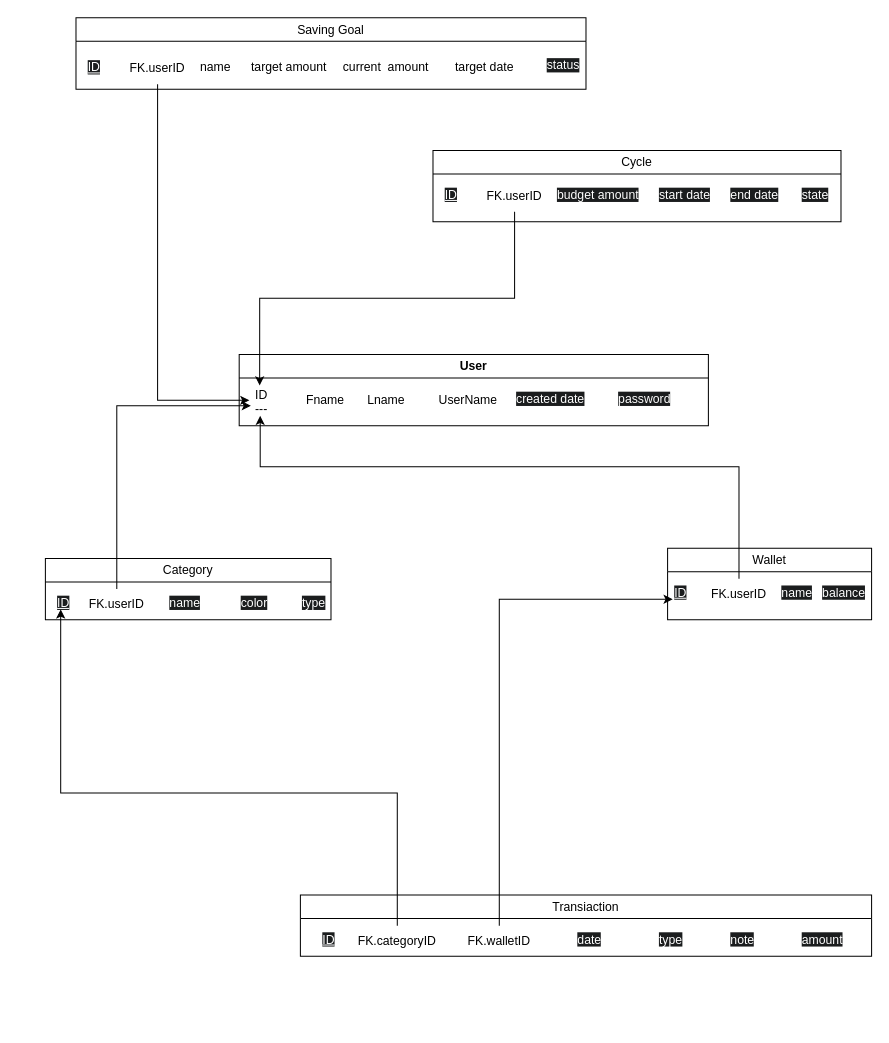
Before: Database diagrams/systemSchema.drawio in Eng-Ahmed-Shawareb/Spenderman, a draw.io diagram. Source tidied: cells renumbered, new cells numbered last; positions are measured from the earlier drawing's top-left corner, leaving out a move shared by most shapes. Both pictures are drawn from the tidied source at 102%, with x=0, y=0 at pixel (45, 17).
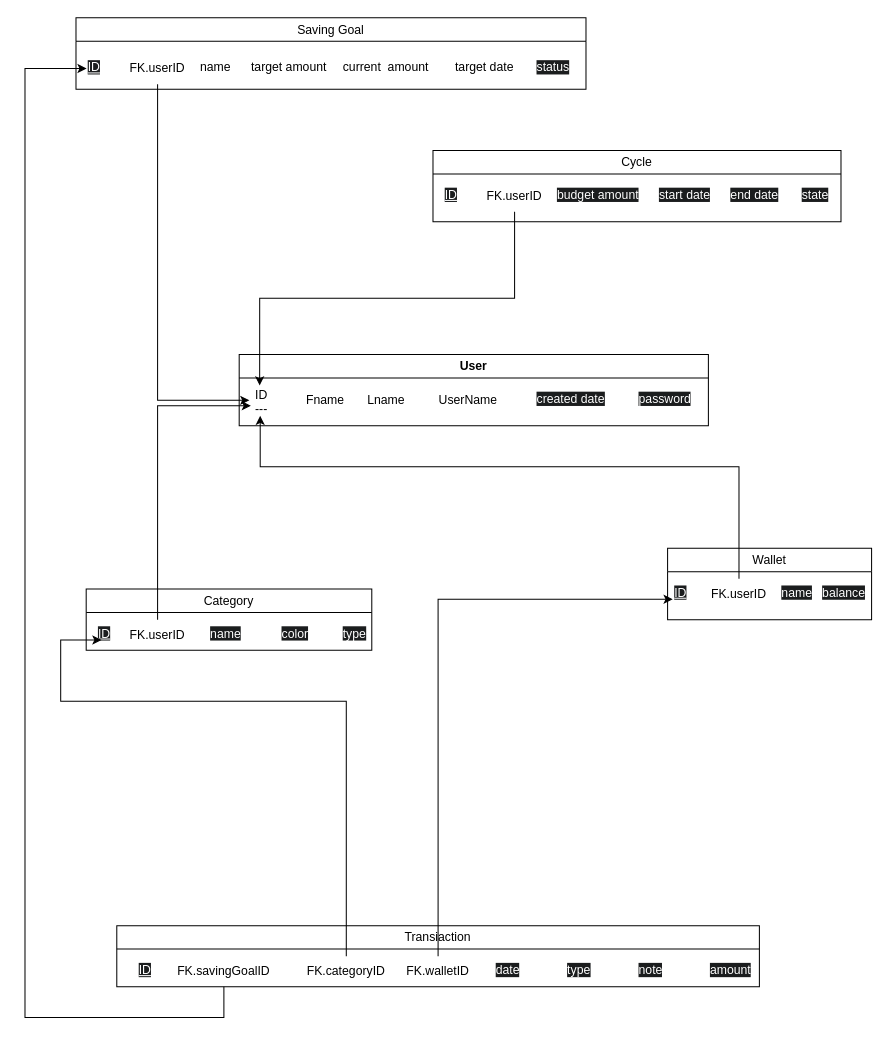
After the change.

Commit message (it also covers changes not shown here):
New commit : edit database diagrams

Unchanged cells that the change refers to:
```xml
<mxCell id="17" value="&lt;span style=&quot;font-weight: 400;&quot;&gt;Wallet&lt;/span&gt;" style="swimlane;whiteSpace=wrap;html=1;" parent="1" vertex="1">
  <mxGeometry x="610" y="520" width="200" height="70" as="geometry" />
</mxCell>
<mxCell id="18" value="&lt;span style=&quot;color: rgb(255, 255, 255); font-family: Helvetica; font-size: 12px; font-style: normal; font-variant-ligatures: normal; font-variant-caps: normal; font-weight: 400; letter-spacing: normal; orphans: 2; text-align: center; text-indent: 0px; text-transform: none; widows: 2; word-spacing: 0px; -webkit-text-stroke-width: 0px; white-space: normal; background-color: rgb(27, 29, 30); text-decoration: underline; display: inline !important; float: none;&quot;&gt;ID&lt;/span&gt;" style="text;whiteSpace=wrap;html=1;" parent="17" vertex="1">
  <mxGeometry x="5" y="30" width="20" height="40" as="geometry" />
</mxCell>
<mxCell id="23" value="&lt;span style=&quot;color: rgb(255, 255, 255); font-family: Helvetica; font-size: 12px; font-style: normal; font-variant-ligatures: normal; font-variant-caps: normal; font-weight: 400; letter-spacing: normal; orphans: 2; text-align: center; text-indent: 0px; text-transform: none; widows: 2; word-spacing: 0px; -webkit-text-stroke-width: 0px; white-space: normal; background-color: rgb(27, 29, 30); text-decoration: underline; display: inline !important; float: none;&quot;&gt;ID&lt;/span&gt;" style="text;whiteSpace=wrap;html=1;" parent="22" vertex="1">
  <mxGeometry x="10" y="30" width="20" height="20" as="geometry" />
</mxCell>
<mxCell id="28" value="User" style="swimlane;whiteSpace=wrap;html=1;" parent="1" vertex="1">
  <mxGeometry x="190" y="330" width="460" height="70" as="geometry" />
</mxCell>
<mxCell id="29" value="ID&lt;br&gt;---" style="text;strokeColor=none;fillColor=none;align=left;verticalAlign=middle;spacingLeft=4;spacingRight=4;overflow=hidden;points=[[0,0.5],[1,0.5]];portConstraint=eastwest;whiteSpace=wrap;html=1;" parent="28" vertex="1">
  <mxGeometry x="10" y="30" width="40" height="30" as="geometry" />
</mxCell>
<mxCell id="35" value="&lt;span style=&quot;font-weight: 400;&quot;&gt;Saving Goal&lt;/span&gt;" style="swimlane;whiteSpace=wrap;html=1;" parent="1" vertex="1">
  <mxGeometry x="30" width="500" height="70" as="geometry" />
</mxCell>
<mxCell id="36" value="&lt;span style=&quot;color: rgb(255, 255, 255); font-family: Helvetica; font-size: 12px; font-style: normal; font-variant-ligatures: normal; font-variant-caps: normal; font-weight: 400; letter-spacing: normal; orphans: 2; text-align: center; text-indent: 0px; text-transform: none; widows: 2; word-spacing: 0px; -webkit-text-stroke-width: 0px; white-space: normal; background-color: rgb(27, 29, 30); text-decoration: underline; display: inline !important; float: none;&quot;&gt;ID&lt;/span&gt;" style="text;whiteSpace=wrap;html=1;" parent="35" vertex="1">
  <mxGeometry x="10" y="35" width="20" height="35" as="geometry" />
</mxCell>
```

Diff of the diagram source:
```diff
@@
     <mxCell id="2" value="&lt;span style=&quot;font-weight: 400;&quot;&gt;Transiaction&lt;/span&gt;" style="swimlane;whiteSpace=wrap;html=1;" parent="1" vertex="1">
-      <mxGeometry x="250" y="860" width="560" height="60" as="geometry" />
+      <mxGeometry x="70" y="890" width="630" height="60" as="geometry" />
     </mxCell>
@@
     <mxCell id="4" value="&lt;span style=&quot;color: rgb(255, 255, 255); font-family: Helvetica; font-size: 12px; font-style: normal; font-variant-ligatures: normal; font-variant-caps: normal; font-weight: 400; letter-spacing: normal; orphans: 2; text-align: center; text-indent: 0px; text-transform: none; widows: 2; word-spacing: 0px; -webkit-text-stroke-width: 0px; white-space: normal; background-color: rgb(27, 29, 30); text-decoration-thickness: initial; text-decoration-style: initial; text-decoration-color: initial; display: inline !important; float: none;&quot;&gt;date&lt;/span&gt;" style="text;whiteSpace=wrap;html=1;" parent="2" vertex="1">
-      <mxGeometry x="270" y="30" width="60" height="40" as="geometry" />
+      <mxGeometry x="370" y="30" width="60" height="40" as="geometry" />
     </mxCell>
     <mxCell id="5" value="&lt;span style=&quot;color: rgb(255, 255, 255); font-family: Helvetica; font-size: 12px; font-style: normal; font-variant-ligatures: normal; font-variant-caps: normal; font-weight: 400; letter-spacing: normal; orphans: 2; text-align: center; text-indent: 0px; text-transform: none; widows: 2; word-spacing: 0px; -webkit-text-stroke-width: 0px; white-space: normal; background-color: rgb(27, 29, 30); text-decoration-thickness: initial; text-decoration-style: initial; text-decoration-color: initial; display: inline !important; float: none;&quot;&gt;type&lt;/span&gt;" style="text;whiteSpace=wrap;html=1;" parent="2" vertex="1">
-      <mxGeometry x="350" y="30" width="60" height="40" as="geometry" />
+      <mxGeometry x="440" y="30" width="60" height="40" as="geometry" />
     </mxCell>
     <mxCell id="6" value="&lt;span style=&quot;color: rgb(255, 255, 255); font-family: Helvetica; font-size: 12px; font-style: normal; font-variant-ligatures: normal; font-variant-caps: normal; font-weight: 400; letter-spacing: normal; orphans: 2; text-align: center; text-indent: 0px; text-transform: none; widows: 2; word-spacing: 0px; -webkit-text-stroke-width: 0px; white-space: normal; background-color: rgb(27, 29, 30); text-decoration-thickness: initial; text-decoration-style: initial; text-decoration-color: initial; display: inline !important; float: none;&quot;&gt;note&lt;/span&gt;" style="text;whiteSpace=wrap;html=1;" parent="2" vertex="1">
-      <mxGeometry x="420" y="30" width="60" height="40" as="geometry" />
+      <mxGeometry x="510" y="30" width="60" height="40" as="geometry" />
     </mxCell>
     <mxCell id="7" value="&lt;span style=&quot;color: rgb(255, 255, 255); font-family: Helvetica; font-size: 12px; font-style: normal; font-variant-ligatures: normal; font-variant-caps: normal; font-weight: 400; letter-spacing: normal; orphans: 2; text-align: center; text-indent: 0px; text-transform: none; widows: 2; word-spacing: 0px; -webkit-text-stroke-width: 0px; white-space: normal; background-color: rgb(27, 29, 30); text-decoration-thickness: initial; text-decoration-style: initial; text-decoration-color: initial; display: inline !important; float: none;&quot;&gt;amount&lt;/span&gt;" style="text;whiteSpace=wrap;html=1;" parent="2" vertex="1">
-      <mxGeometry x="490" y="30" width="70" height="40" as="geometry" />
+      <mxGeometry x="580" y="30" width="70" height="40" as="geometry" />
     </mxCell>
     <mxCell id="8" value="FK.categoryID" style="text;html=1;whiteSpace=wrap;strokeColor=none;fillColor=none;align=center;verticalAlign=middle;rounded=0;" parent="2" vertex="1">
-      <mxGeometry x="50" y="30" width="90" height="30" as="geometry" />
+      <mxGeometry x="180" y="30" width="90" height="30" as="geometry" />
     </mxCell>
     <mxCell id="9" value="FK.walletID" style="text;html=1;whiteSpace=wrap;strokeColor=none;fillColor=none;align=center;verticalAlign=middle;rounded=0;" parent="2" vertex="1">
-      <mxGeometry x="165" y="30" width="60" height="30" as="geometry" />
+      <mxGeometry x="285" y="30" width="60" height="30" as="geometry" />
     </mxCell>
+    <mxCell id="49" value="FK.savingGoalID" style="text;html=1;whiteSpace=wrap;strokeColor=none;fillColor=none;align=center;verticalAlign=middle;rounded=0;" parent="2" vertex="1">
+      <mxGeometry x="60" y="30" width="90" height="30" as="geometry" />
+    </mxCell>
@@
-    <mxCell id="21" value="FK.userID" style="text;html=1;whiteSpace=wrap;strokeColor=none;fillColor=none;align=center;verticalAlign=middle;rounded=0;" parent="17" vertex="1">
-      <mxGeometry x="40" y="30" width="60" height="30" as="geometry" />
-    </mxCell>
+    <mxCell id="50" value="FK.userID" style="text;html=1;whiteSpace=wrap;strokeColor=none;fillColor=none;align=center;verticalAlign=middle;rounded=0;" parent="17" vertex="1">
+      <mxGeometry x="40" y="30" width="60" height="30" as="geometry" />
+    </mxCell>
     <mxCell id="22" value="&lt;span style=&quot;font-weight: 400;&quot;&gt;Category&lt;/span&gt;" style="swimlane;whiteSpace=wrap;html=1;" parent="1" vertex="1">
-      <mxGeometry y="530" width="280" height="60" as="geometry" />
+      <mxGeometry x="40" y="560" width="280" height="60" as="geometry" />
     </mxCell>
@@
-    <mxCell id="27" value="FK.userID" style="text;html=1;whiteSpace=wrap;strokeColor=none;fillColor=none;align=center;verticalAlign=middle;rounded=0;" parent="22" vertex="1">
-      <mxGeometry x="40" y="30" width="60" height="30" as="geometry" />
-    </mxCell>
+    <mxCell id="51" value="FK.userID" style="text;html=1;whiteSpace=wrap;strokeColor=none;fillColor=none;align=center;verticalAlign=middle;rounded=0;" parent="22" vertex="1">
+      <mxGeometry x="40" y="30" width="60" height="30" as="geometry" />
+    </mxCell>
@@
     <mxCell id="33" value="&lt;span style=&quot;color: rgb(255, 255, 255); font-family: Helvetica; font-size: 12px; font-style: normal; font-variant-ligatures: normal; font-variant-caps: normal; font-weight: 400; letter-spacing: normal; orphans: 2; text-align: center; text-indent: 0px; text-transform: none; widows: 2; word-spacing: 0px; -webkit-text-stroke-width: 0px; white-space: normal; background-color: rgb(27, 29, 30); text-decoration-thickness: initial; text-decoration-style: initial; text-decoration-color: initial; display: inline !important; float: none;&quot;&gt;created date&lt;/span&gt;" style="text;whiteSpace=wrap;html=1;" parent="28" vertex="1">
-      <mxGeometry x="270" y="30" width="100" height="40" as="geometry" />
+      <mxGeometry x="290" y="30" width="100" height="40" as="geometry" />
     </mxCell>
     <mxCell id="34" value="&lt;span style=&quot;color: rgb(255, 255, 255); font-family: Helvetica; font-size: 12px; font-style: normal; font-variant-ligatures: normal; font-variant-caps: normal; font-weight: 400; letter-spacing: normal; orphans: 2; text-align: center; text-indent: 0px; text-transform: none; widows: 2; word-spacing: 0px; -webkit-text-stroke-width: 0px; white-space: normal; background-color: rgb(27, 29, 30); text-decoration-thickness: initial; text-decoration-style: initial; text-decoration-color: initial; display: inline !important; float: none;&quot;&gt;password&lt;/span&gt;" style="text;whiteSpace=wrap;html=1;" parent="28" vertex="1">
-      <mxGeometry x="370" y="30" width="80" height="40" as="geometry" />
+      <mxGeometry x="390" y="30" width="60" height="30" as="geometry" />
     </mxCell>
@@
     <mxCell id="41" value="&lt;span style=&quot;color: rgb(255, 255, 255); font-family: Helvetica; font-size: 12px; font-style: normal; font-variant-ligatures: normal; font-variant-caps: normal; font-weight: 400; letter-spacing: normal; orphans: 2; text-align: center; text-indent: 0px; text-transform: none; widows: 2; word-spacing: 0px; -webkit-text-stroke-width: 0px; white-space: normal; background-color: rgb(27, 29, 30); text-decoration-thickness: initial; text-decoration-style: initial; text-decoration-color: initial; display: inline !important; float: none;&quot;&gt;status&lt;/span&gt;" style="text;whiteSpace=wrap;html=1;" parent="35" vertex="1">
-      <mxGeometry x="460" y="32.5" width="35" height="30" as="geometry" />
+      <mxGeometry x="450" y="35" width="35" height="30" as="geometry" />
     </mxCell>
@@
-    <mxCell id="43" style="edgeStyle=orthogonalEdgeStyle;rounded=0;jettySize=auto;html=1;exitX=0.5;exitY=0;exitDx=0;exitDy=0;entryX=0.265;entryY=1.005;entryDx=0;entryDy=0;entryPerimeter=0;" parent="1" edge="1" source="21" target="29">
-      <mxGeometry relative="1" as="geometry">
-        <Array as="points">
-          <mxPoint x="680" y="440" />
-          <mxPoint x="211" y="440" />
-        </Array>
-      </mxGeometry>
-    </mxCell>
+    <mxCell id="52" style="edgeStyle=orthogonalEdgeStyle;rounded=0;jettySize=auto;html=1;exitX=0.5;exitY=0;exitDx=0;exitDy=0;entryX=0.265;entryY=1.005;entryDx=0;entryDy=0;entryPerimeter=0;" parent="1" edge="1" source="50" target="29">
+      <mxGeometry relative="1" as="geometry">
+        <Array as="points">
+          <mxPoint x="680" y="440" />
+          <mxPoint x="211" y="440" />
+        </Array>
+      </mxGeometry>
+    </mxCell>
@@
-    <mxCell id="45" style="edgeStyle=orthogonalEdgeStyle;rounded=0;jettySize=auto;html=1;entryX=0.036;entryY=0.676;entryDx=0;entryDy=0;entryPerimeter=0;" parent="1" edge="1" source="27" target="29">
-      <mxGeometry relative="1" as="geometry" />
-    </mxCell>
+    <mxCell id="53" style="edgeStyle=orthogonalEdgeStyle;rounded=0;jettySize=auto;html=1;entryX=0.036;entryY=0.676;entryDx=0;entryDy=0;entryPerimeter=0;" parent="1" edge="1" source="51" target="29">
+      <mxGeometry relative="1" as="geometry" />
+    </mxCell>
@@
     <mxCell id="47" style="edgeStyle=orthogonalEdgeStyle;rounded=0;jettySize=auto;html=1;entryX=0.25;entryY=1;entryDx=0;entryDy=0;" parent="1" edge="1" source="8" target="23">
       <mxGeometry relative="1" as="geometry">
         <Array as="points">
-          <mxPoint x="345" y="760" />
-          <mxPoint x="15" y="760" />
+          <mxPoint x="295" y="670" />
+          <mxPoint x="15" y="670" />
         </Array>
       </mxGeometry>
     </mxCell>
     <mxCell id="48" style="edgeStyle=orthogonalEdgeStyle;rounded=0;jettySize=auto;html=1;entryX=0;entryY=0.5;entryDx=0;entryDy=0;" parent="1" edge="1" source="9" target="18">
       <mxGeometry relative="1" as="geometry">
         <Array as="points">
-          <mxPoint x="445" y="570" />
+          <mxPoint x="385" y="570" />
         </Array>
       </mxGeometry>
     </mxCell>
+    <mxCell id="54" style="edgeStyle=orthogonalEdgeStyle;rounded=0;jettySize=auto;html=1;entryX=0.02;entryY=0.417;entryDx=0;entryDy=0;entryPerimeter=0;" parent="1" edge="1" source="49" target="36">
+      <mxGeometry relative="1" as="geometry">
+        <Array as="points">
+          <mxPoint x="175" y="980" />
+          <mxPoint x="-20" y="980" />
+          <mxPoint x="-20" y="50" />
+        </Array>
+      </mxGeometry>
+    </mxCell>
```
